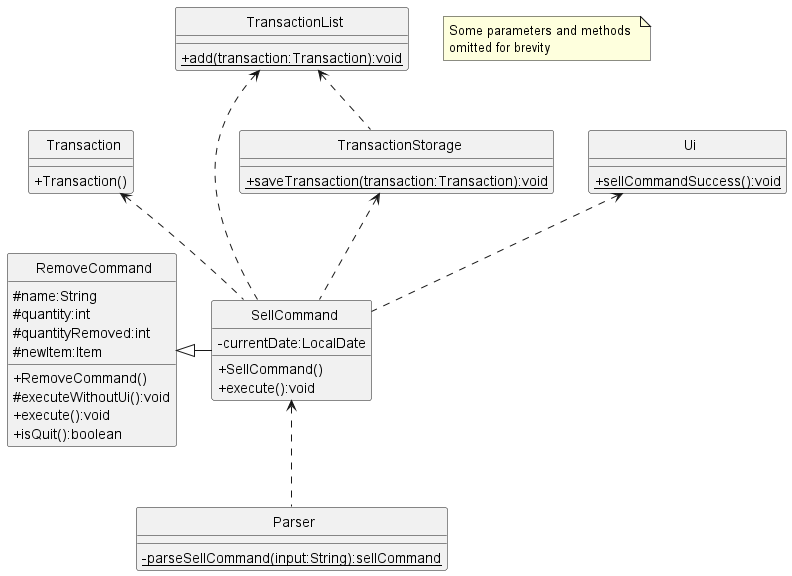
Earlier version of the PlantUML export docs/uml-diagrams/SellCommandClass.png (rismm/tp).
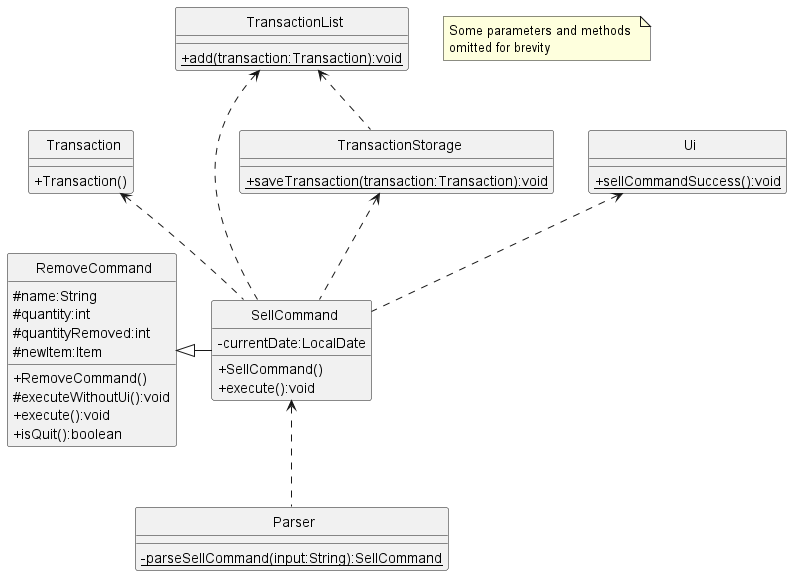
The same file after the commit.

The edit, as a diff of the source:
```diff
@@ -49,7 +49,7 @@
 }
 
 class Parser {
-    {static}-parseSellCommand(input:String):sellCommand
+    {static}-parseSellCommand(input:String):SellCommand
 }
 
 class TransactionStorage {
```
